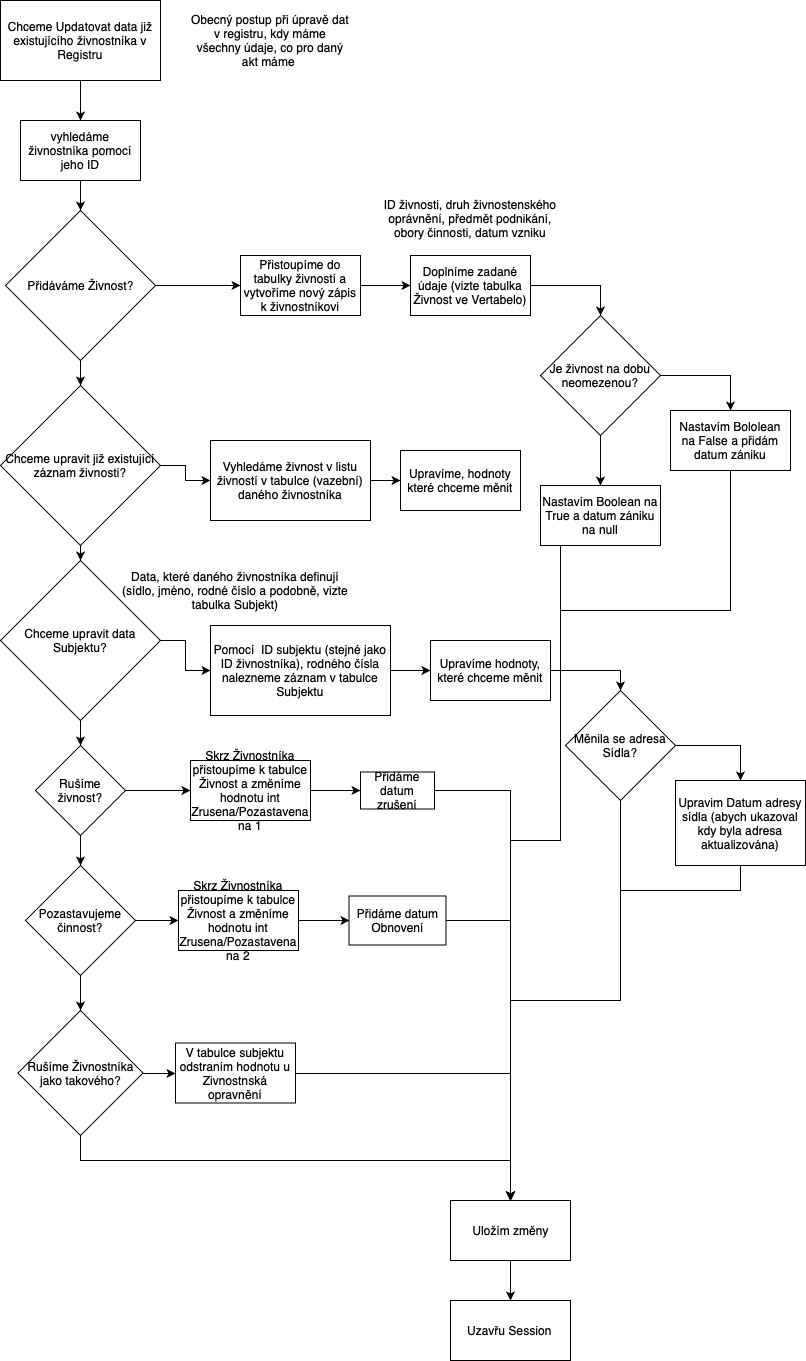
Earlier version of the draw.io export Update živnostníka.png (ridlees/Zivnostensky_urad). Source tidied: cells renumbered, new cells last; positions are measured from the earlier drawing's top-left corner, leaving out a move shared by most shapes.
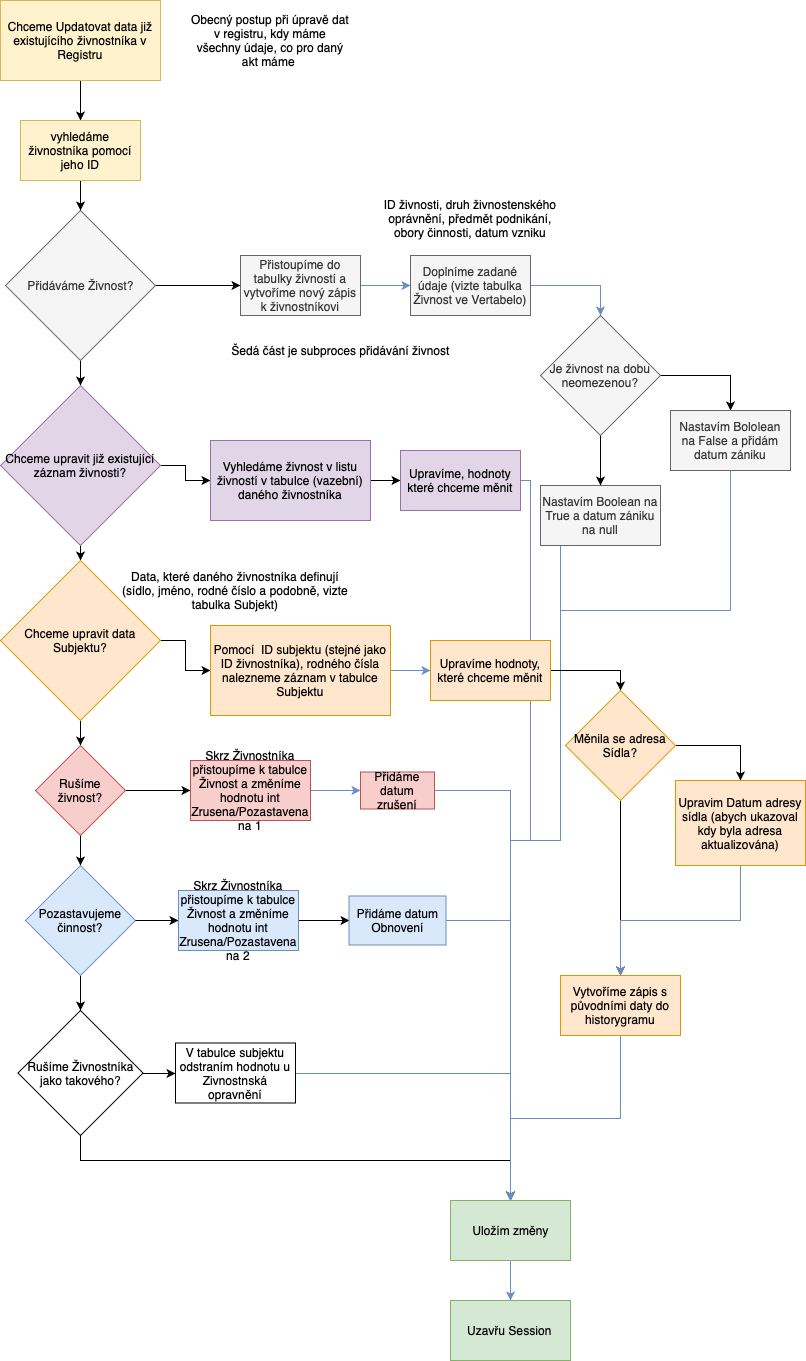
The same diagram one commit later.

Change to the diagram source:
```diff
@@ -7,3 +7,3 @@
     </mxCell>
-    <mxCell id="3" value="Chceme Updatovat data již existujícího živnostníka v Registru" style="rounded=0;whiteSpace=wrap;html=1;" parent="1" vertex="1">
+    <mxCell id="3" value="Chceme Updatovat data již existujícího živnostníka v Registru" style="rounded=0;whiteSpace=wrap;html=1;fillColor=#fff2cc;strokeColor=#d6b656;" parent="1" vertex="1">
       <mxGeometry width="160" height="80" as="geometry" />
@@ -16,3 +16,3 @@
     </mxCell>
-    <mxCell id="6" value="Přidáváme Živnost?" style="rhombus;whiteSpace=wrap;html=1;" parent="1" vertex="1">
+    <mxCell id="6" value="Přidáváme Živnost?" style="rhombus;whiteSpace=wrap;html=1;fillColor=#f5f5f5;strokeColor=#666666;fontColor=#333333;" parent="1" vertex="1">
       <mxGeometry x="5" y="210" width="150" height="150" as="geometry" />
@@ -22,15 +22,15 @@
     </mxCell>
-    <mxCell id="8" value="vyhledáme živnostníka pomocí jeho ID" style="rounded=0;whiteSpace=wrap;html=1;" parent="1" vertex="1">
+    <mxCell id="8" value="vyhledáme živnostníka pomocí jeho ID" style="rounded=0;whiteSpace=wrap;html=1;fillColor=#fff2cc;strokeColor=#d6b656;" parent="1" vertex="1">
       <mxGeometry x="20" y="120" width="120" height="60" as="geometry" />
     </mxCell>
-    <mxCell id="9" style="edgeStyle=orthogonalEdgeStyle;rounded=0;jettySize=auto;html=1;" parent="1" edge="1" source="10" target="12">
+    <mxCell id="9" style="edgeStyle=orthogonalEdgeStyle;rounded=0;jettySize=auto;html=1;fillColor=#dae8fc;strokeColor=#6c8ebf;" parent="1" edge="1" source="10" target="12">
       <mxGeometry relative="1" as="geometry" />
     </mxCell>
-    <mxCell id="10" value="Přistoupíme do tabulky živností a vytvoříme nový zápis k živnostníkovi" style="rounded=0;whiteSpace=wrap;html=1;" parent="1" vertex="1">
+    <mxCell id="10" value="Přistoupíme do tabulky živností a vytvoříme nový zápis k živnostníkovi" style="rounded=0;whiteSpace=wrap;html=1;fillColor=#f5f5f5;strokeColor=#666666;fontColor=#333333;" parent="1" vertex="1">
       <mxGeometry x="240" y="255" width="120" height="60" as="geometry" />
     </mxCell>
-    <mxCell id="11" style="edgeStyle=orthogonalEdgeStyle;rounded=0;jettySize=auto;html=1;entryX=0.5;entryY=0;entryDx=0;entryDy=0;" parent="1" edge="1" source="12" target="18">
+    <mxCell id="11" style="edgeStyle=orthogonalEdgeStyle;rounded=0;jettySize=auto;html=1;entryX=0.5;entryY=0;entryDx=0;entryDy=0;fillColor=#dae8fc;strokeColor=#6c8ebf;" parent="1" edge="1" source="12" target="18">
       <mxGeometry relative="1" as="geometry" />
     </mxCell>
-    <mxCell id="12" value="Doplníme zadané údaje (vizte tabulka Živnost ve Vertabelo)" style="rounded=0;whiteSpace=wrap;html=1;" parent="1" vertex="1">
+    <mxCell id="12" value="Doplníme zadané údaje (vizte tabulka Živnost ve Vertabelo)" style="rounded=0;whiteSpace=wrap;html=1;fillColor=#f5f5f5;strokeColor=#666666;fontColor=#333333;" parent="1" vertex="1">
       <mxGeometry x="410" y="255" width="120" height="60" as="geometry" />
@@ -40,3 +40,3 @@
     </mxCell>
-    <mxCell id="14" style="edgeStyle=orthogonalEdgeStyle;rounded=0;jettySize=auto;html=1;entryX=0.5;entryY=0;entryDx=0;entryDy=0;" parent="1" edge="1" source="15" target="62">
+    <mxCell id="14" style="edgeStyle=orthogonalEdgeStyle;rounded=0;jettySize=auto;html=1;entryX=0.5;entryY=0;entryDx=0;entryDy=0;fillColor=#dae8fc;strokeColor=#6c8ebf;" parent="1" edge="1" source="15" target="62">
       <mxGeometry relative="1" as="geometry">
@@ -48,3 +48,3 @@
     </mxCell>
-    <mxCell id="15" value="Nastavím Boolean na True a datum zániku na null" style="rounded=0;whiteSpace=wrap;html=1;" parent="1" vertex="1">
+    <mxCell id="15" value="Nastavím Boolean na True a datum zániku na null" style="rounded=0;whiteSpace=wrap;html=1;fillColor=#f5f5f5;strokeColor=#666666;fontColor=#333333;" parent="1" vertex="1">
       <mxGeometry x="540" y="485" width="120" height="60" as="geometry" />
@@ -57,6 +57,6 @@
     </mxCell>
-    <mxCell id="18" value="Je živnost na dobu neomezenou?" style="rhombus;whiteSpace=wrap;html=1;" parent="1" vertex="1">
+    <mxCell id="18" value="Je živnost na dobu neomezenou?" style="rhombus;whiteSpace=wrap;html=1;fillColor=#f5f5f5;strokeColor=#666666;fontColor=#333333;" parent="1" vertex="1">
       <mxGeometry x="540" y="315" width="120" height="120" as="geometry" />
     </mxCell>
-    <mxCell id="19" style="edgeStyle=orthogonalEdgeStyle;rounded=0;jettySize=auto;html=1;entryX=0.5;entryY=0;entryDx=0;entryDy=0;" parent="1" edge="1" source="20" target="62">
+    <mxCell id="19" style="edgeStyle=orthogonalEdgeStyle;rounded=0;jettySize=auto;html=1;entryX=0.5;entryY=0;entryDx=0;entryDy=0;fillColor=#dae8fc;strokeColor=#6c8ebf;" parent="1" edge="1" source="20" target="62">
       <mxGeometry relative="1" as="geometry">
@@ -70,3 +70,3 @@
     </mxCell>
-    <mxCell id="20" value="Nastavím Bololean na False a přidám datum zániku" style="rounded=0;whiteSpace=wrap;html=1;" parent="1" vertex="1">
+    <mxCell id="20" value="Nastavím Bololean na False a přidám datum zániku" style="rounded=0;whiteSpace=wrap;html=1;fillColor=#f5f5f5;strokeColor=#666666;fontColor=#333333;" parent="1" vertex="1">
       <mxGeometry x="670" y="410" width="120" height="60" as="geometry" />
@@ -79,3 +79,3 @@
     </mxCell>
-    <mxCell id="23" value="Chceme upravit již existující záznam živnosti?" style="rhombus;whiteSpace=wrap;html=1;" parent="1" vertex="1">
+    <mxCell id="23" value="Chceme upravit již existující záznam živnosti?" style="rhombus;whiteSpace=wrap;html=1;fillColor=#e1d5e7;strokeColor=#9673a6;" parent="1" vertex="1">
       <mxGeometry y="385" width="160" height="160" as="geometry" />
@@ -85,6 +85,15 @@
     </mxCell>
-    <mxCell id="25" value="Vyhledáme živnost v listu živností v tabulce (vazební) daného živnostníka" style="rounded=0;whiteSpace=wrap;html=1;" parent="1" vertex="1">
+    <mxCell id="25" value="Vyhledáme živnost v listu živností v tabulce (vazební) daného živnostníka" style="rounded=0;whiteSpace=wrap;html=1;fillColor=#e1d5e7;strokeColor=#9673a6;" parent="1" vertex="1">
       <mxGeometry x="210" y="440" width="160" height="80" as="geometry" />
     </mxCell>
+    <mxCell id="63" style="edgeStyle=orthogonalEdgeStyle;rounded=0;jettySize=auto;html=1;entryX=0.5;entryY=0;entryDx=0;entryDy=0;fillColor=#dae8fc;strokeColor=#6c8ebf;" parent="1" edge="1" source="26" target="62">
+      <mxGeometry relative="1" as="geometry">
+        <Array as="points">
+          <mxPoint x="530" y="480" />
+          <mxPoint x="530" y="840" />
+          <mxPoint x="510" y="840" />
+        </Array>
+      </mxGeometry>
+    </mxCell>
-    <mxCell id="26" value="Upravíme, hodnoty které chceme měnit" style="rounded=0;whiteSpace=wrap;html=1;" parent="1" vertex="1">
+    <mxCell id="26" value="Upravíme, hodnoty které chceme měnit" style="rounded=0;whiteSpace=wrap;html=1;fillColor=#e1d5e7;strokeColor=#9673a6;" parent="1" vertex="1">
       <mxGeometry x="400" y="450" width="120" height="60" as="geometry" />
@@ -97,3 +106,3 @@
     </mxCell>
-    <mxCell id="29" value="Chceme upravit data Subjektu?" style="rhombus;whiteSpace=wrap;html=1;" parent="1" vertex="1">
+    <mxCell id="29" value="Chceme upravit data Subjektu?" style="rhombus;whiteSpace=wrap;html=1;fillColor=#ffe6cc;strokeColor=#d79b00;" parent="1" vertex="1">
       <mxGeometry y="560" width="160" height="160" as="geometry" />
@@ -103,6 +112,6 @@
     </mxCell>
-    <mxCell id="31" style="edgeStyle=orthogonalEdgeStyle;rounded=0;jettySize=auto;html=1;" parent="1" edge="1" source="32" target="34">
+    <mxCell id="31" style="edgeStyle=orthogonalEdgeStyle;rounded=0;jettySize=auto;html=1;fillColor=#dae8fc;strokeColor=#6c8ebf;" parent="1" edge="1" source="32" target="34">
       <mxGeometry relative="1" as="geometry" />
     </mxCell>
-    <mxCell id="32" value="Pomocí &amp;nbsp;ID subjektu (stejné jako ID živnostníka),&amp;nbsp;rodného čísla nalezneme záznam v tabulce Subjektu" style="rounded=0;whiteSpace=wrap;html=1;" parent="1" vertex="1">
+    <mxCell id="32" value="Pomocí &amp;nbsp;ID subjektu (stejné jako ID živnostníka),&amp;nbsp;rodného čísla nalezneme záznam v tabulce Subjektu" style="rounded=0;whiteSpace=wrap;html=1;fillColor=#ffe6cc;strokeColor=#d79b00;" parent="1" vertex="1">
       <mxGeometry x="210" y="625" width="180" height="90" as="geometry" />
@@ -112,3 +121,3 @@
     </mxCell>
-    <mxCell id="34" value="Upravíme hodnoty, které chceme měnit" style="rounded=0;whiteSpace=wrap;html=1;" parent="1" vertex="1">
+    <mxCell id="34" value="Upravíme hodnoty, které chceme měnit" style="rounded=0;whiteSpace=wrap;html=1;fillColor=#ffe6cc;strokeColor=#d79b00;" parent="1" vertex="1">
       <mxGeometry x="430" y="640" width="120" height="60" as="geometry" />
@@ -122,19 +131,12 @@
     </mxCell>
-    <mxCell id="36" style="edgeStyle=orthogonalEdgeStyle;rounded=0;jettySize=auto;html=1;entryX=0.5;entryY=0;entryDx=0;entryDy=0;" parent="1" edge="1" source="37" target="62">
-      <mxGeometry relative="1" as="geometry" />
-    </mxCell>
+    <mxCell id="64" style="edgeStyle=orthogonalEdgeStyle;rounded=0;jettySize=auto;html=1;entryX=0.5;entryY=0;entryDx=0;entryDy=0;" parent="1" edge="1" source="37" target="67">
+      <mxGeometry relative="1" as="geometry" />
+    </mxCell>
-    <mxCell id="37" value="Měnila se adresa Sídla?" style="rhombus;whiteSpace=wrap;html=1;" parent="1" vertex="1">
+    <mxCell id="37" value="Měnila se adresa Sídla?" style="rhombus;whiteSpace=wrap;html=1;fillColor=#ffe6cc;strokeColor=#d79b00;" parent="1" vertex="1">
       <mxGeometry x="565" y="690" width="110" height="110" as="geometry" />
     </mxCell>
-    <mxCell id="38" style="edgeStyle=orthogonalEdgeStyle;rounded=0;jettySize=auto;html=1;" parent="1" edge="1" source="39" target="62">
-      <mxGeometry relative="1" as="geometry">
-        <Array as="points">
-          <mxPoint x="740" y="890" />
-          <mxPoint x="620" y="890" />
-          <mxPoint x="620" y="1000" />
-          <mxPoint x="510" y="1000" />
-        </Array>
-      </mxGeometry>
-    </mxCell>
+    <mxCell id="65" style="edgeStyle=orthogonalEdgeStyle;rounded=0;jettySize=auto;html=1;entryX=0.5;entryY=0;entryDx=0;entryDy=0;fillColor=#dae8fc;strokeColor=#6c8ebf;" parent="1" edge="1" source="39" target="67">
+      <mxGeometry relative="1" as="geometry" />
+    </mxCell>
-    <mxCell id="39" value="Upravim Datum adresy sídla (abych ukazoval kdy byla adresa aktualizována)" style="rounded=0;whiteSpace=wrap;html=1;" parent="1" vertex="1">
+    <mxCell id="39" value="Upravim Datum adresy sídla (abych ukazoval kdy byla adresa aktualizována)" style="rounded=0;whiteSpace=wrap;html=1;fillColor=#ffe6cc;strokeColor=#d79b00;" parent="1" vertex="1">
       <mxGeometry x="675" y="780" width="130" height="85" as="geometry" />
@@ -147,3 +149,3 @@
     </mxCell>
-    <mxCell id="42" value="Rušíme živnost?" style="rhombus;whiteSpace=wrap;html=1;" parent="1" vertex="1">
+    <mxCell id="42" value="Rušíme živnost?" style="rhombus;whiteSpace=wrap;html=1;fillColor=#f8cecc;strokeColor=#b85450;" parent="1" vertex="1">
       <mxGeometry x="35" y="745" width="90" height="90" as="geometry" />
@@ -153,6 +155,6 @@
     </mxCell>
-    <mxCell id="44" style="edgeStyle=orthogonalEdgeStyle;rounded=0;jettySize=auto;html=1;entryX=0;entryY=0.5;entryDx=0;entryDy=0;" parent="1" edge="1" source="45" target="49">
+    <mxCell id="44" style="edgeStyle=orthogonalEdgeStyle;rounded=0;jettySize=auto;html=1;entryX=0;entryY=0.5;entryDx=0;entryDy=0;fillColor=#dae8fc;strokeColor=#6c8ebf;" parent="1" edge="1" source="45" target="49">
       <mxGeometry relative="1" as="geometry" />
     </mxCell>
-    <mxCell id="45" value="Skrz Živnostníka přistoupíme k tabulce Živnost a změníme hodnotu int Zrusena/Pozastavena na 1" style="rounded=0;whiteSpace=wrap;html=1;" parent="1" vertex="1">
+    <mxCell id="45" value="Skrz Živnostníka přistoupíme k tabulce Živnost a změníme hodnotu int Zrusena/Pozastavena na 1" style="rounded=0;whiteSpace=wrap;html=1;fillColor=#f8cecc;strokeColor=#b85450;" parent="1" vertex="1">
       <mxGeometry x="190" y="760" width="120" height="60" as="geometry" />
@@ -162,9 +164,9 @@
     </mxCell>
-    <mxCell id="47" value="Pozastavujeme činnost?" style="rhombus;whiteSpace=wrap;html=1;" parent="1" vertex="1">
+    <mxCell id="47" value="Pozastavujeme činnost?" style="rhombus;whiteSpace=wrap;html=1;fillColor=#dae8fc;strokeColor=#6c8ebf;" parent="1" vertex="1">
       <mxGeometry x="25" y="865" width="110" height="110" as="geometry" />
     </mxCell>
-    <mxCell id="48" style="edgeStyle=orthogonalEdgeStyle;rounded=0;jettySize=auto;html=1;" parent="1" edge="1" source="49" target="62">
+    <mxCell id="48" style="edgeStyle=orthogonalEdgeStyle;rounded=0;jettySize=auto;html=1;fillColor=#dae8fc;strokeColor=#6c8ebf;" parent="1" edge="1" source="49" target="62">
       <mxGeometry relative="1" as="geometry" />
     </mxCell>
-    <mxCell id="49" value="Přidáme datum zrušení" style="rounded=0;whiteSpace=wrap;html=1;" parent="1" vertex="1">
+    <mxCell id="49" value="Přidáme datum zrušení" style="rounded=0;whiteSpace=wrap;html=1;fillColor=#f8cecc;strokeColor=#b85450;" parent="1" vertex="1">
       <mxGeometry x="360" y="771.5" width="74" height="37" as="geometry" />
@@ -177,9 +179,9 @@
     </mxCell>
-    <mxCell id="52" value="Skrz Živnostníka přistoupíme k tabulce Živnost a změníme hodnotu int Zrusena/Pozastavena na 2" style="rounded=0;whiteSpace=wrap;html=1;" parent="1" vertex="1">
+    <mxCell id="52" value="Skrz Živnostníka přistoupíme k tabulce Živnost a změníme hodnotu int Zrusena/Pozastavena na 2" style="rounded=0;whiteSpace=wrap;html=1;fillColor=#dae8fc;strokeColor=#6c8ebf;" parent="1" vertex="1">
       <mxGeometry x="178" y="890" width="120" height="60" as="geometry" />
     </mxCell>
-    <mxCell id="53" style="edgeStyle=orthogonalEdgeStyle;rounded=0;jettySize=auto;html=1;" parent="1" edge="1" source="54" target="62">
+    <mxCell id="53" style="edgeStyle=orthogonalEdgeStyle;rounded=0;jettySize=auto;html=1;fillColor=#dae8fc;strokeColor=#6c8ebf;" parent="1" edge="1" source="54" target="62">
       <mxGeometry relative="1" as="geometry" />
     </mxCell>
-    <mxCell id="54" value="Přidáme datum Obnovení" style="rounded=0;whiteSpace=wrap;html=1;" parent="1" vertex="1">
+    <mxCell id="54" value="Přidáme datum Obnovení" style="rounded=0;whiteSpace=wrap;html=1;fillColor=#dae8fc;strokeColor=#6c8ebf;" parent="1" vertex="1">
       <mxGeometry x="348.5" y="895.5" width="97" height="49" as="geometry" />
@@ -200,3 +202,3 @@
     </mxCell>
-    <mxCell id="58" style="edgeStyle=orthogonalEdgeStyle;rounded=0;jettySize=auto;html=1;" parent="1" edge="1" source="59" target="62">
+    <mxCell id="58" style="edgeStyle=orthogonalEdgeStyle;rounded=0;jettySize=auto;html=1;fillColor=#dae8fc;strokeColor=#6c8ebf;" parent="1" edge="1" source="59" target="62">
       <mxGeometry relative="1" as="geometry" />
@@ -206,11 +208,20 @@
     </mxCell>
-    <mxCell id="60" value="Uzavřu Session&amp;nbsp;" style="rounded=0;whiteSpace=wrap;html=1;" parent="1" vertex="1">
+    <mxCell id="60" value="Uzavřu Session&amp;nbsp;" style="rounded=0;whiteSpace=wrap;html=1;fillColor=#d5e8d4;strokeColor=#82b366;" parent="1" vertex="1">
       <mxGeometry x="450" y="1300" width="120" height="60" as="geometry" />
     </mxCell>
-    <mxCell id="61" style="edgeStyle=orthogonalEdgeStyle;rounded=0;jettySize=auto;html=1;" parent="1" edge="1" source="62" target="60">
+    <mxCell id="61" style="edgeStyle=orthogonalEdgeStyle;rounded=0;jettySize=auto;html=1;fillColor=#dae8fc;strokeColor=#6c8ebf;" parent="1" edge="1" source="62" target="60">
       <mxGeometry relative="1" as="geometry" />
     </mxCell>
-    <mxCell id="62" value="Uložím změny" style="rounded=0;whiteSpace=wrap;html=1;" parent="1" vertex="1">
+    <mxCell id="62" value="Uložím změny" style="rounded=0;whiteSpace=wrap;html=1;fillColor=#d5e8d4;strokeColor=#82b366;" parent="1" vertex="1">
       <mxGeometry x="450" y="1200" width="120" height="60" as="geometry" />
     </mxCell>
+    <mxCell id="66" style="edgeStyle=orthogonalEdgeStyle;rounded=0;jettySize=auto;html=1;fillColor=#dae8fc;strokeColor=#6c8ebf;" parent="1" edge="1" source="67" target="62">
+      <mxGeometry relative="1" as="geometry" />
+    </mxCell>
+    <mxCell id="67" value="Vytvoříme zápis s původními daty do historygramu" style="rounded=0;whiteSpace=wrap;html=1;fillColor=#ffe6cc;strokeColor=#d79b00;" parent="1" vertex="1">
+      <mxGeometry x="560" y="975" width="120" height="60" as="geometry" />
+    </mxCell>
+    <mxCell id="68" value="Šedá část je subproces přidávání živnost" style="text;html=1;strokeColor=none;fillColor=none;align=center;verticalAlign=middle;whiteSpace=wrap;rounded=0;" parent="1" vertex="1">
+      <mxGeometry x="200" y="340" width="280" height="20" as="geometry" />
+    </mxCell>
   </root>
```
